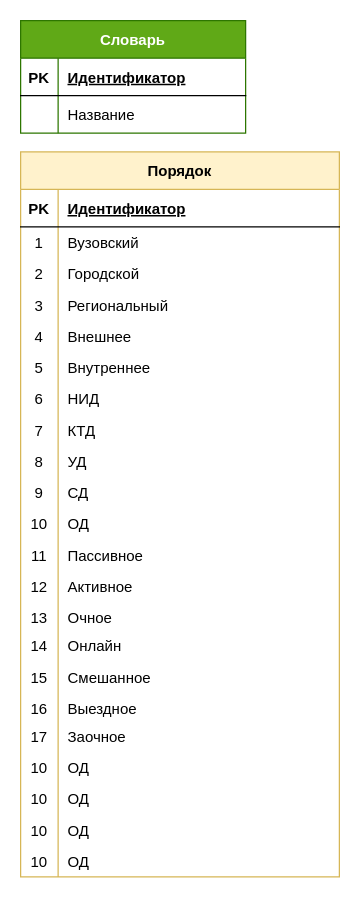
This is page "Доп таблицы инфа" (4 of 4) of Схема БД.drawio from KomogortsevaYulia/Raiting-Teams-Events, a draw.io file, before an edit. Source tidied: cells renumbered, new cells numbered last; positions are measured from the earlier drawing's top-left corner, leaving out a move shared by most shapes. Both pictures are drawn from the tidied source at 125%, with x=0, y=0 at pixel (20, 20).
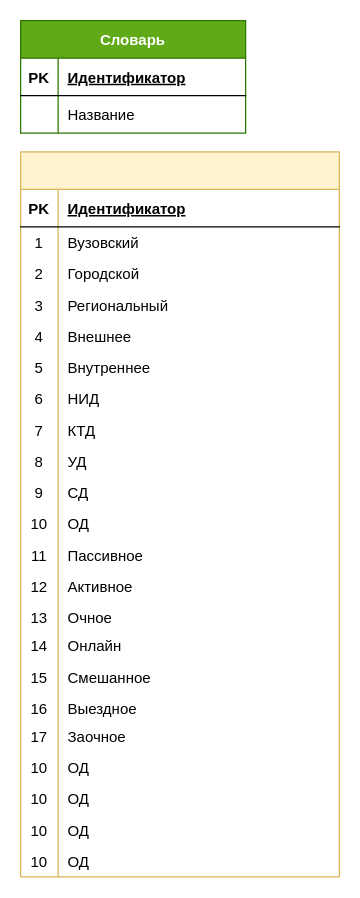
The same diagram, later.

The edit, as a diff of the source:
```diff
@@
-    <mxCell id="2" value="Порядок" style="shape=table;startSize=30;childLayout=tableLayout;rowLines=0;fontStyle=1;align=center;fillColor=#fff2cc;strokeColor=#d6b656;" parent="1" vertex="1">
+    <mxCell id="2" style="shape=table;startSize=30;childLayout=tableLayout;rowLines=0;fontStyle=1;align=center;fillColor=#fff2cc;strokeColor=#d6b656;" parent="1" vertex="1">
       <mxGeometry y="105" width="255" height="580" as="geometry" />
     </mxCell>
```
